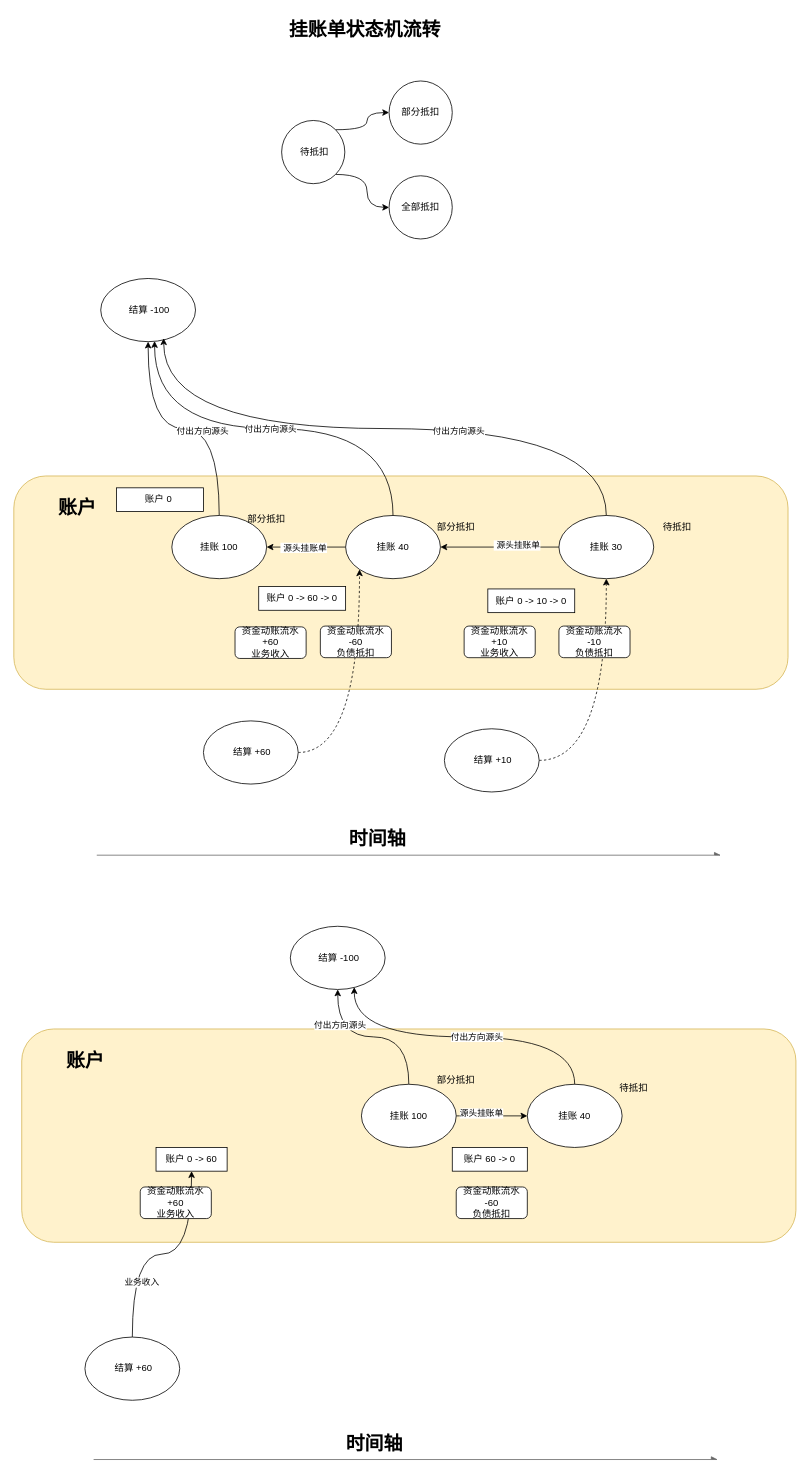
Earlier version of the draw.io diagram finance_fund_datastructure.drawio (chenjiajiabianmi/drawio). Source tidied: cells renumbered, new cells numbered last; positions are measured from the earlier drawing's top-left corner, leaving out a move shared by most shapes. Both pictures are drawn from the tidied source at 79%, with x=0, y=0 at pixel (13, 13).
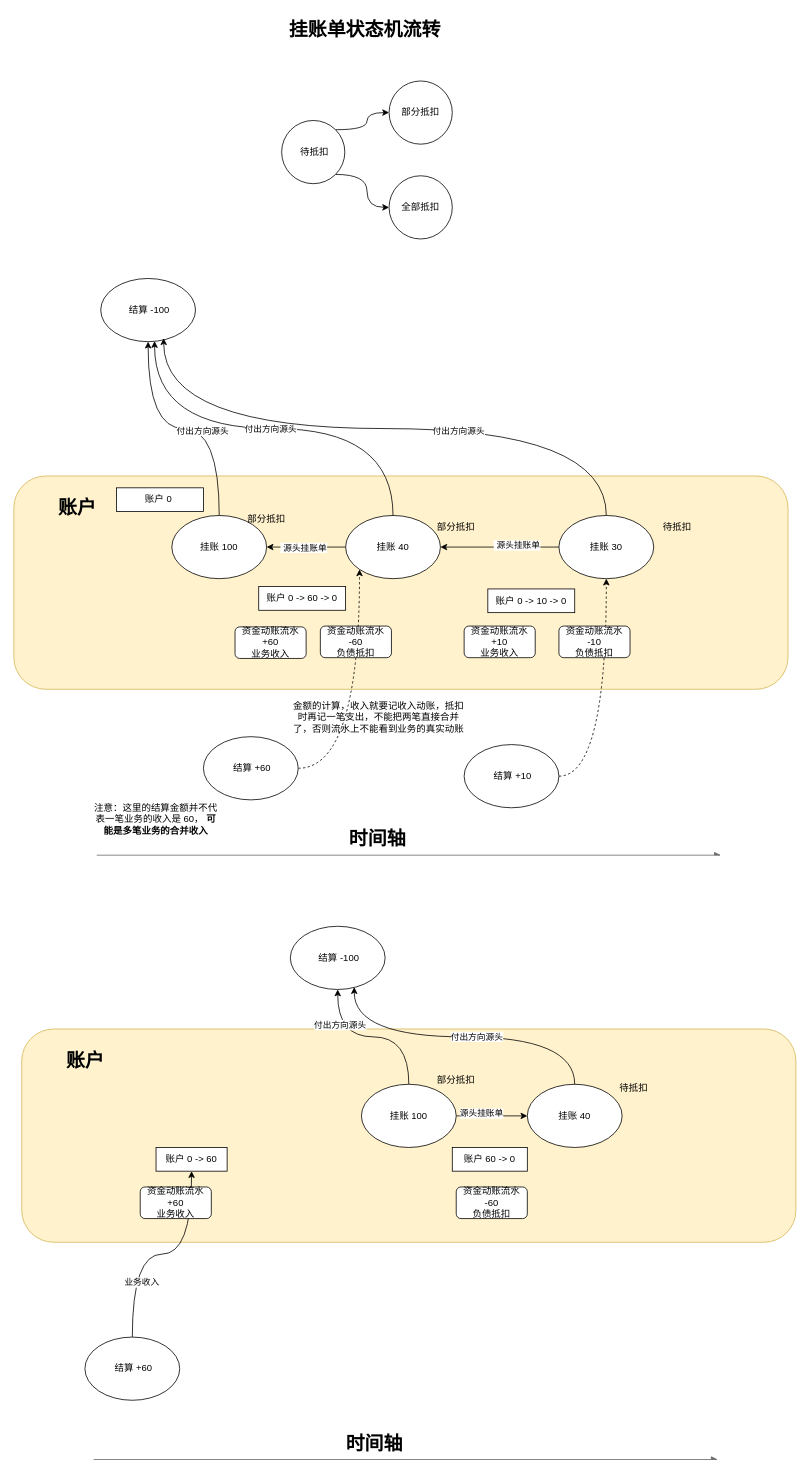
The same page after the edit.

The edit, as a diff of the source:
```diff
@@
     <mxCell id="8" value="&amp;nbsp;结算 +60" style="ellipse;whiteSpace=wrap;html=1;" parent="1" vertex="1">
-      <mxGeometry x="240" y="895" width="120" height="80" as="geometry" />
+      <mxGeometry x="240" y="915" width="120" height="80" as="geometry" />
     </mxCell>
@@
     <mxCell id="17" value="&amp;nbsp;结算 +10" style="ellipse;whiteSpace=wrap;html=1;" parent="1" vertex="1">
-      <mxGeometry x="545" y="905" width="120" height="80" as="geometry" />
+      <mxGeometry x="570" y="925" width="120" height="80" as="geometry" />
     </mxCell>
@@
+    <mxCell id="62" value="注意：这里的结算金额并不代表一笔业务的收入是 60， &lt;b&gt;可能是多笔业务的合并收入&lt;/b&gt;" style="text;html=1;align=center;verticalAlign=middle;whiteSpace=wrap;rounded=0;" parent="1" vertex="1">
+      <mxGeometry x="100" y="1005" width="160" height="30" as="geometry" />
+    </mxCell>
+    <mxCell id="63" value="金额的计算，收入就要记收入动账，抵扣时再记一笔支出，不能把两笔直接合并了，否则流水上不能看到业务的真实动账" style="text;html=1;align=center;verticalAlign=middle;whiteSpace=wrap;rounded=0;" parent="1" vertex="1">
+      <mxGeometry x="352" y="876" width="220" height="30" as="geometry" />
+    </mxCell>
```
